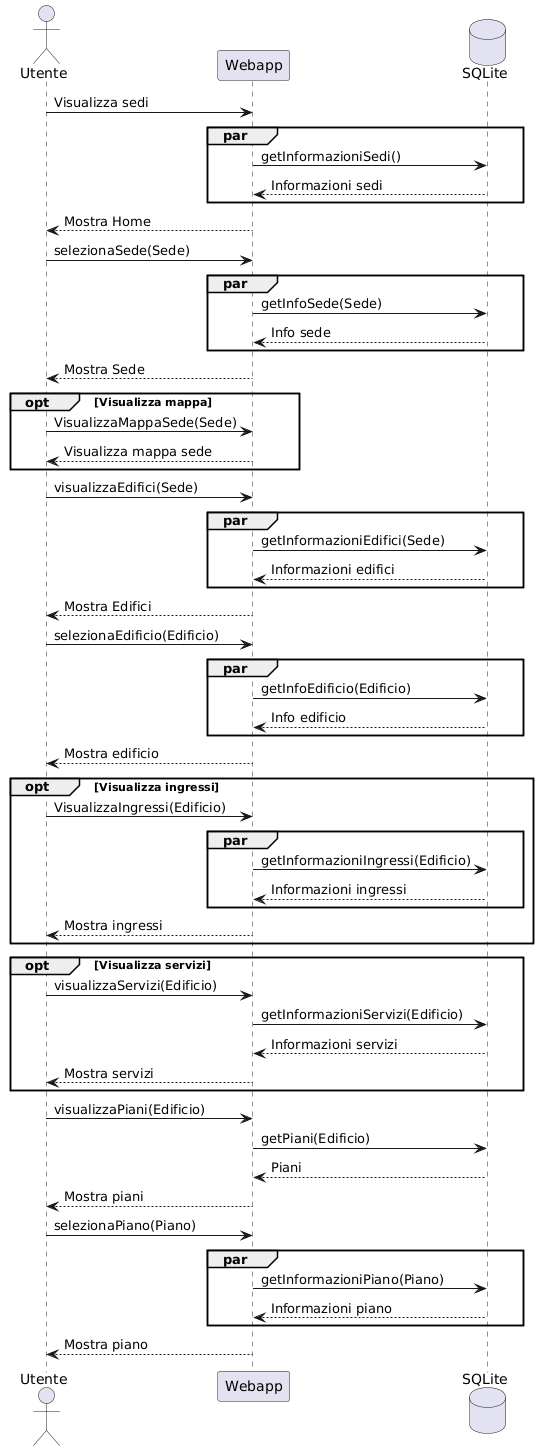
Earlier version of the PlantUML export Diagrammi UML/Sequence Diagram/Sequence Diagram.png (F-Bucci/AccessiBG).
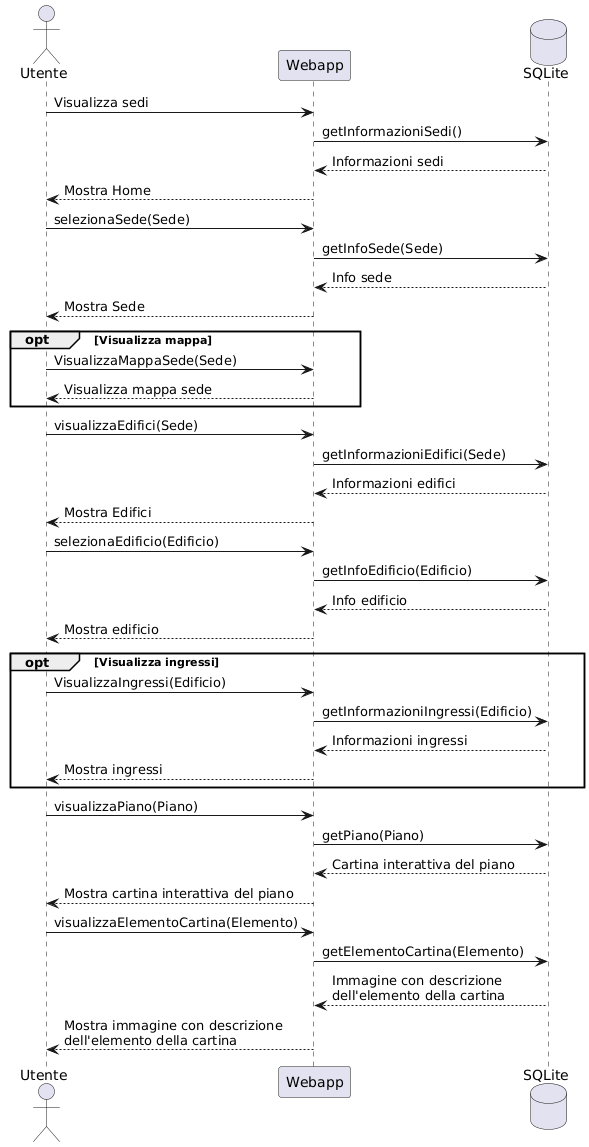
The same file after the commit.

Commit message:
Aggiornamento Sequence Diagram

Diff of the diagram source:
```diff
@@ -5,19 +5,15 @@
 
 Utente -> Webapp : Visualizza sedi
 
-par
-    Webapp -> SQLite : getInformazioniSedi()
-    SQLite --> Webapp : Informazioni sedi
-end
+Webapp -> SQLite : getInformazioniSedi()
+SQLite --> Webapp : Informazioni sedi
 
 Webapp --> Utente : Mostra Home
 
 Utente -> Webapp : selezionaSede(Sede)
 
-par
-    Webapp -> SQLite : getInfoSede(Sede)
-    SQLite --> Webapp : Info sede
-end
+Webapp -> SQLite : getInfoSede(Sede)
+SQLite --> Webapp : Info sede
 
 Webapp --> Utente : Mostra Sede
 
@@ -28,51 +24,34 @@
 
 Utente -> Webapp : visualizzaEdifici(Sede)
 
-par
-    Webapp -> SQLite : getInformazioniEdifici(Sede)
-    SQLite --> Webapp : Informazioni edifici
-end
+Webapp -> SQLite : getInformazioniEdifici(Sede)
+SQLite --> Webapp : Informazioni edifici
 
 Webapp --> Utente : Mostra Edifici
 
 Utente -> Webapp : selezionaEdificio(Edificio)
 
-par
-    Webapp -> SQLite : getInfoEdificio(Edificio)
-    SQLite --> Webapp : Info edificio
-end
+Webapp -> SQLite : getInfoEdificio(Edificio)
+SQLite --> Webapp : Info edificio
 
 Webapp --> Utente : Mostra edificio
 
 opt Visualizza ingressi
     Utente -> Webapp : VisualizzaIngressi(Edificio)
 
-    par
-        Webapp -> SQLite : getInformazioniIngressi(Edificio)
-        SQLite --> Webapp : Informazioni ingressi
-    end
+    Webapp -> SQLite : getInformazioniIngressi(Edificio)
+    SQLite --> Webapp : Informazioni ingressi
 
     Webapp --> Utente : Mostra ingressi
 end
 
-opt Visualizza servizi
-    Utente -> Webapp : visualizzaServizi(Edificio)
-    Webapp -> SQLite : getInformazioniServizi(Edificio)
-    SQLite --> Webapp : Informazioni servizi
-    Webapp --> Utente : Mostra servizi
-end
+Utente -> Webapp : visualizzaPiano(Piano)
+Webapp -> SQLite : getPiano(Piano)
+SQLite --> Webapp : Cartina interattiva del piano
+Webapp --> Utente : Mostra cartina interattiva del piano
 
-Utente -> Webapp : visualizzaPiani(Edificio)
-Webapp -> SQLite : getPiani(Edificio)
-SQLite --> Webapp : Piani
-Webapp --> Utente : Mostra piani
-
-Utente -> Webapp : selezionaPiano(Piano)
-
-par
-    Webapp -> SQLite : getInformazioniPiano(Piano)
-    SQLite --> Webapp : Informazioni piano
-end
-
-Webapp --> Utente : Mostra piano
+Utente -> Webapp : visualizzaElementoCartina(Elemento)
+Webapp -> SQLite : getElementoCartina(Elemento)
+SQLite --> Webapp : Immagine con descrizione\ndell'elemento della cartina
+Webapp --> Utente : Mostra immagine con descrizione\ndell'elemento della cartina
 @enduml
```
